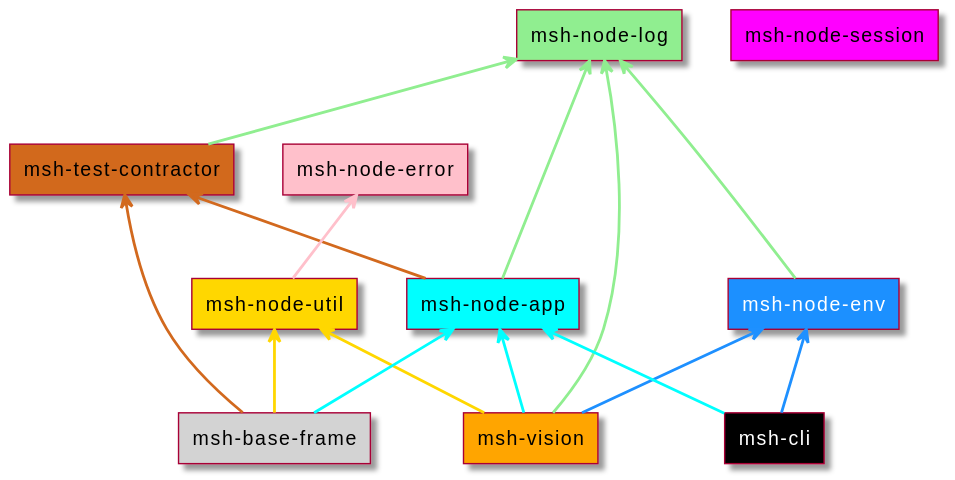
Earlier version of the PlantUML export resource/diagram/project-rlation.svg (beecode-rs/msh).
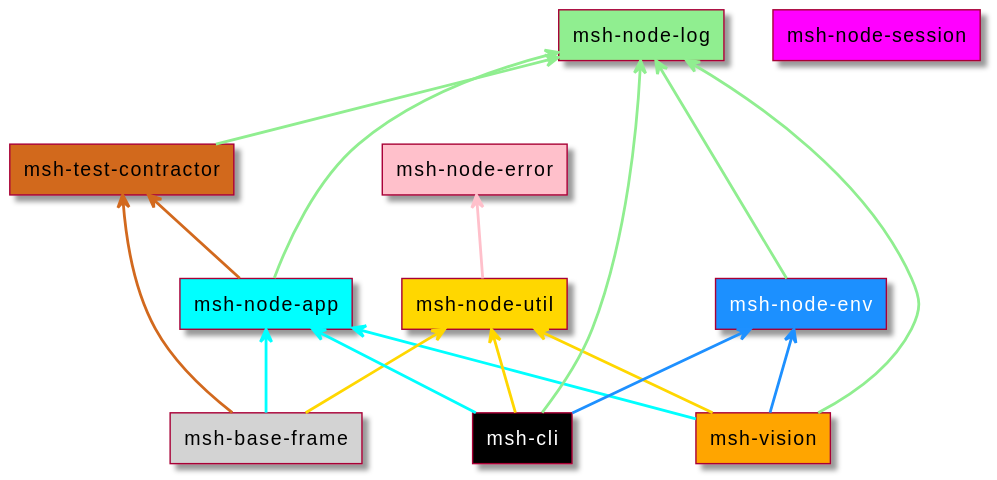
After the change.

Change to the diagram source:
```diff
@@ -50,6 +50,8 @@
 
 cli -up-> node_app #$node_app_color
 cli -up-> node_env #$node_env_color
+cli -up-> node_log #$node_log_color
+cli -up-> node_util #$node_util_color
 
 
 node_env -up-> node_log #$node_log_color
```
